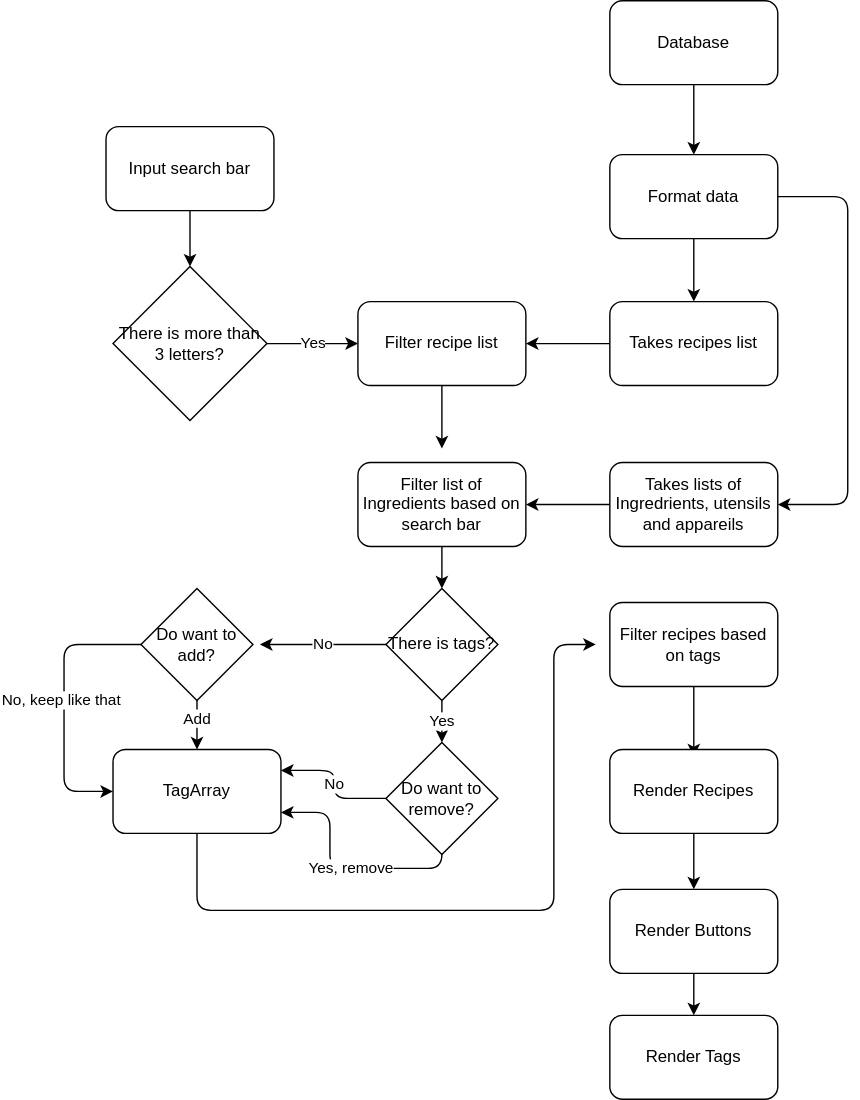
The draw.io diagram diagramme.drawio.svg in pvianap/P11-front-end-search-engine, before a commit. Source tidied: cells renumbered, new cells last; positions are measured from the earlier drawing's top-left corner, leaving out a move shared by most shapes.
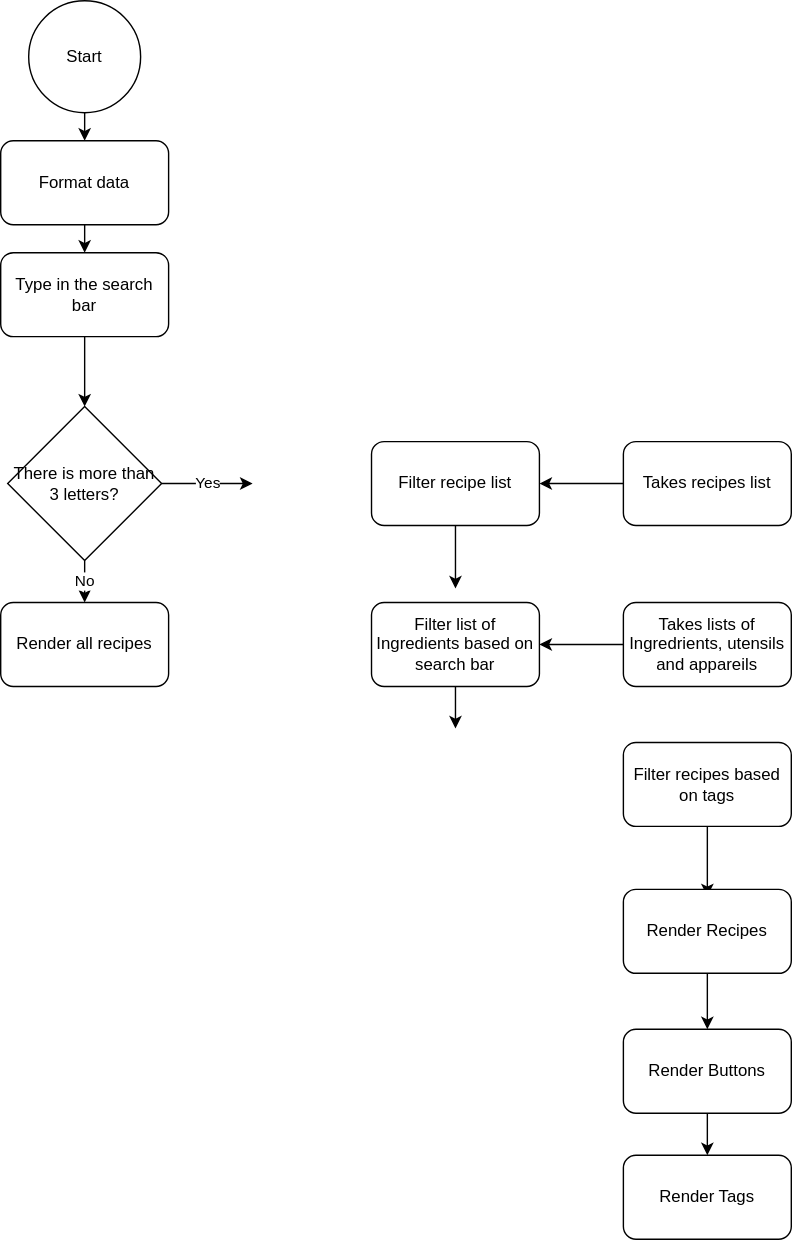
The same file after the commit.

Commit message:
Correction search bar and tags

The edit, as a diff of the source:
```diff
@@ -5,36 +5,25 @@
     <mxCell id="2" style="edgeStyle=none;html=1;exitX=0.5;exitY=1;exitDx=0;exitDy=0;" parent="1" edge="1" source="3" target="10">
       <mxGeometry relative="1" as="geometry" />
     </mxCell>
-    <mxCell id="3" value="Input search bar" style="rounded=1;whiteSpace=wrap;html=1;" parent="1" vertex="1">
-      <mxGeometry x="30" y="90" width="120" height="60" as="geometry" />
+    <mxCell id="3" value="Type in the search bar" style="rounded=1;whiteSpace=wrap;html=1;" parent="1" vertex="1">
+      <mxGeometry x="-55" y="80" width="120" height="60" as="geometry" />
     </mxCell>
-    <mxCell id="4" style="edgeStyle=none;html=1;exitX=0.5;exitY=1;exitDx=0;exitDy=0;" parent="1" edge="1" source="6" target="8">
-      <mxGeometry relative="1" as="geometry" />
-    </mxCell>
-    <mxCell id="5" style="edgeStyle=orthogonalEdgeStyle;html=1;exitX=1;exitY=0.5;exitDx=0;exitDy=0;entryX=1;entryY=0.5;entryDx=0;entryDy=0;" parent="1" edge="1" source="8" target="18">
-      <mxGeometry relative="1" as="geometry">
-        <Array as="points">
-          <mxPoint x="560" y="140" />
-          <mxPoint x="560" y="360" />
-        </Array>
-      </mxGeometry>
-    </mxCell>
-    <mxCell id="6" value="Database" style="rounded=1;whiteSpace=wrap;html=1;" parent="1" vertex="1">
-      <mxGeometry x="390" width="120" height="60" as="geometry" />
-    </mxCell>
-    <mxCell id="7" style="edgeStyle=none;html=1;exitX=0.5;exitY=1;exitDx=0;exitDy=0;entryX=0.5;entryY=0;entryDx=0;entryDy=0;" parent="1" edge="1" source="8" target="12">
-      <mxGeometry relative="1" as="geometry" />
-    </mxCell>
+    <mxCell id="38" style="edgeStyle=none;html=1;exitX=0.5;exitY=1;exitDx=0;exitDy=0;entryX=0.5;entryY=0;entryDx=0;entryDy=0;" parent="1" edge="1" source="8" target="3">
+      <mxGeometry relative="1" as="geometry" />
+    </mxCell>
     <mxCell id="8" value="Format data" style="rounded=1;whiteSpace=wrap;html=1;" parent="1" vertex="1">
-      <mxGeometry x="390" y="110" width="120" height="60" as="geometry" />
+      <mxGeometry x="-55" width="120" height="60" as="geometry" />
     </mxCell>
     <mxCell id="9" value="Yes" style="edgeStyle=none;html=1;exitX=1;exitY=0.5;exitDx=0;exitDy=0;" parent="1" edge="1" source="10">
       <mxGeometry relative="1" as="geometry">
-        <mxPoint x="210" y="245" as="targetPoint" />
+        <mxPoint x="125" y="245" as="targetPoint" />
       </mxGeometry>
     </mxCell>
+    <mxCell id="39" value="No" style="edgeStyle=none;html=1;exitX=0.5;exitY=1;exitDx=0;exitDy=0;" parent="1" edge="1" source="10" target="40">
+      <mxGeometry relative="1" as="geometry" />
+    </mxCell>
     <mxCell id="10" value="There is more than 3 letters?" style="rhombus;whiteSpace=wrap;html=1;" parent="1" vertex="1">
-      <mxGeometry x="35" y="190" width="110" height="110" as="geometry" />
+      <mxGeometry x="-50" y="190" width="110" height="110" as="geometry" />
     </mxCell>
     <mxCell id="11" style="edgeStyle=none;html=1;exitX=0;exitY=0.5;exitDx=0;exitDy=0;entryX=1;entryY=0.5;entryDx=0;entryDy=0;" parent="1" edge="1" source="12" target="14">
       <mxGeometry relative="1" as="geometry" />
@@ -64,19 +53,6 @@
     <mxCell id="18" value="Takes lists of Ingredrients, utensils and appareils" style="rounded=1;whiteSpace=wrap;html=1;" parent="1" vertex="1">
       <mxGeometry x="390" y="330" width="120" height="60" as="geometry" />
     </mxCell>
-    <mxCell id="19" value="No" style="edgeStyle=orthogonalEdgeStyle;html=1;exitX=0;exitY=0.5;exitDx=0;exitDy=0;" parent="1" edge="1" source="21">
-      <mxGeometry relative="1" as="geometry">
-        <mxPoint x="140" y="460" as="targetPoint" />
-      </mxGeometry>
-    </mxCell>
-    <mxCell id="20" value="Yes" style="edgeStyle=orthogonalEdgeStyle;rounded=1;html=1;exitX=0.5;exitY=1;exitDx=0;exitDy=0;" parent="1" edge="1" source="21">
-      <mxGeometry relative="1" as="geometry">
-        <mxPoint x="270" y="530" as="targetPoint" />
-      </mxGeometry>
-    </mxCell>
-    <mxCell id="21" value="There is tags?" style="rhombus;whiteSpace=wrap;html=1;" parent="1" vertex="1">
-      <mxGeometry x="230" y="420" width="80" height="80" as="geometry" />
-    </mxCell>
     <mxCell id="22" style="edgeStyle=orthogonalEdgeStyle;html=1;exitX=0.5;exitY=1;exitDx=0;exitDy=0;" parent="1" edge="1" source="23">
       <mxGeometry relative="1" as="geometry">
         <mxPoint x="450" y="540" as="targetPoint" />
@@ -100,53 +76,14 @@
     <mxCell id="28" value="Render Tags" style="rounded=1;whiteSpace=wrap;html=1;" parent="1" vertex="1">
       <mxGeometry x="390" y="725" width="120" height="60" as="geometry" />
     </mxCell>
-    <mxCell id="29" value="Add" style="edgeStyle=orthogonalEdgeStyle;html=1;exitX=0.5;exitY=1;exitDx=0;exitDy=0;entryX=0.5;entryY=0;entryDx=0;entryDy=0;" parent="1" edge="1" target="32">
-      <mxGeometry relative="1" as="geometry">
-        <mxPoint x="95" y="490" as="sourcePoint" />
-      </mxGeometry>
-    </mxCell>
-    <mxCell id="30" value="Yes, remove" style="edgeStyle=orthogonalEdgeStyle;html=1;" parent="1" edge="1" target="32">
-      <mxGeometry relative="1" as="geometry">
-        <mxPoint x="270" y="595" as="sourcePoint" />
-        <Array as="points">
-          <mxPoint x="270" y="620" />
-          <mxPoint x="190" y="620" />
-          <mxPoint x="190" y="580" />
-        </Array>
-      </mxGeometry>
-    </mxCell>
-    <mxCell id="31" style="edgeStyle=orthogonalEdgeStyle;html=1;exitX=0.5;exitY=1;exitDx=0;exitDy=0;" parent="1" edge="1" source="32">
-      <mxGeometry relative="1" as="geometry">
-        <mxPoint x="380" y="460" as="targetPoint" />
-        <Array as="points">
-          <mxPoint x="95" y="650" />
-          <mxPoint x="350" y="650" />
-          <mxPoint x="350" y="460" />
-        </Array>
-      </mxGeometry>
-    </mxCell>
-    <mxCell id="32" value="TagArray" style="rounded=1;whiteSpace=wrap;html=1;" parent="1" vertex="1">
-      <mxGeometry x="35" y="535" width="120" height="60" as="geometry" />
-    </mxCell>
-    <mxCell id="33" style="edgeStyle=orthogonalEdgeStyle;rounded=1;html=1;exitX=0;exitY=0.5;exitDx=0;exitDy=0;entryX=0;entryY=0.5;entryDx=0;entryDy=0;" parent="1" edge="1" source="35" target="32">
-      <mxGeometry relative="1" as="geometry">
-        <Array as="points">
-          <mxPoint y="460" />
-          <mxPoint y="565" />
-        </Array>
-      </mxGeometry>
-    </mxCell>
-    <mxCell id="34" value="No, keep like that" style="edgeLabel;html=1;align=center;verticalAlign=middle;" parent="33" vertex="1">
-      <mxGeometry x="-0.04" y="-3" relative="1" as="geometry" />
-    </mxCell>
-    <mxCell id="35" value="&lt;span&gt;Do want to add?&lt;/span&gt;" style="rhombus;whiteSpace=wrap;html=1;" parent="1" vertex="1">
-      <mxGeometry x="55" y="420" width="80" height="80" as="geometry" />
-    </mxCell>
-    <mxCell id="36" value="No" style="edgeStyle=orthogonalEdgeStyle;rounded=1;html=1;exitX=0;exitY=0.5;exitDx=0;exitDy=0;entryX=1;entryY=0.25;entryDx=0;entryDy=0;" parent="1" edge="1" source="37" target="32">
-      <mxGeometry relative="1" as="geometry" />
-    </mxCell>
-    <mxCell id="37" value="Do want to remove?" style="rhombus;whiteSpace=wrap;html=1;" parent="1" vertex="1">
-      <mxGeometry x="230" y="530" width="80" height="80" as="geometry" />
-    </mxCell>
+    <mxCell id="40" value="Render all recipes" style="rounded=1;whiteSpace=wrap;html=1;" parent="1" vertex="1">
+      <mxGeometry x="-55" y="330" width="120" height="60" as="geometry" />
+    </mxCell>
+    <mxCell id="41" style="edgeStyle=none;html=1;exitX=0.5;exitY=1;exitDx=0;exitDy=0;entryX=0.5;entryY=0;entryDx=0;entryDy=0;" parent="1" edge="1" source="42" target="8">
+      <mxGeometry relative="1" as="geometry" />
+    </mxCell>
+    <mxCell id="42" value="Start" style="ellipse;whiteSpace=wrap;html=1;" parent="1" vertex="1">
+      <mxGeometry x="-35" y="-100" width="80" height="80" as="geometry" />
+    </mxCell>
   </root>
 </mxGraphModel>
```
